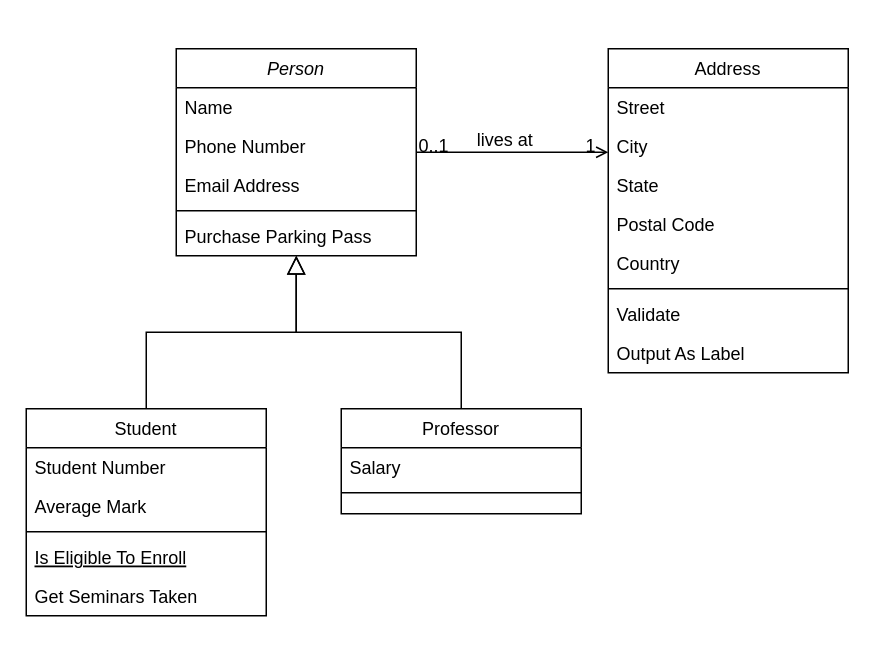
This is Діаграма без назви.drawio from DaddyStannis/build-helper.js, a draw.io file, before an edit. Source tidied: cells renumbered, new cells numbered last; positions are measured from the earlier drawing's top-left corner, leaving out a move shared by most shapes. Both pictures are drawn from the tidied source at 150%, with x=0, y=0 at pixel (26, 48).
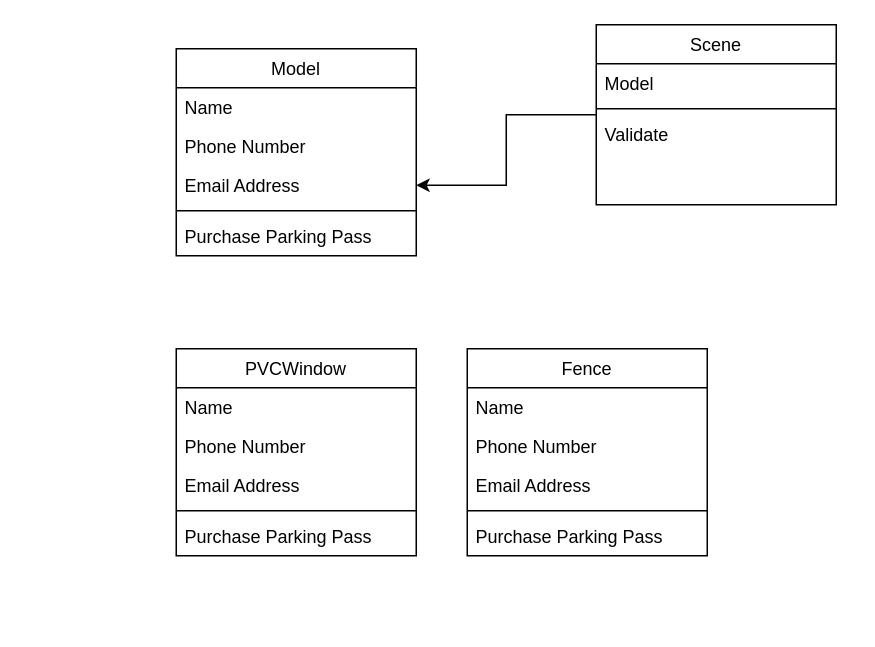
Above is the later version.

Unchanged cells that the change refers to:
```xml
<mxCell id="5" value="Email Address" style="text;align=left;verticalAlign=top;spacingLeft=4;spacingRight=4;overflow=hidden;points=[[0,0.5],[1,0.5]];portConstraint=eastwest;rounded=0;shadow=0;html=0;" parent="2" vertex="1">
  <mxGeometry y="78" width="160" height="26" as="geometry" />
</mxCell>
```

What changed in the source:
```diff
@@
-    <mxCell id="2" value="Person" style="swimlane;fontStyle=2;align=center;verticalAlign=top;horizontal=1;startSize=26;rounded=0;shadow=0;strokeWidth=1;" parent="1" vertex="1">
+    <mxCell id="2" value="Model" style="swimlane;fontStyle=0;align=center;verticalAlign=top;horizontal=1;startSize=26;rounded=0;shadow=0;strokeWidth=1;" parent="1" vertex="1">
       <mxGeometry x="100" width="160" height="138" as="geometry" />
     </mxCell>
@@
-    <mxCell id="8" value="Student" style="swimlane;fontStyle=0;align=center;verticalAlign=top;horizontal=1;startSize=26;rounded=0;shadow=0;strokeWidth=1;" parent="1" vertex="1">
-      <mxGeometry y="240" width="160" height="138" as="geometry" />
-    </mxCell>
-    <mxCell id="9" value="Student Number" style="text;align=left;verticalAlign=top;spacingLeft=4;spacingRight=4;overflow=hidden;" parent="8" vertex="1">
-      <mxGeometry y="26" width="160" height="26" as="geometry" />
-    </mxCell>
-    <mxCell id="10" value="Average Mark" style="text;align=left;verticalAlign=top;spacingLeft=4;spacingRight=4;overflow=hidden;rounded=0;shadow=0;html=0;" parent="8" vertex="1">
-      <mxGeometry y="52" width="160" height="26" as="geometry" />
-    </mxCell>
-    <mxCell id="11" style="line;html=1;strokeWidth=1;align=left;verticalAlign=middle;spacingTop=-1;spacingLeft=3;spacingRight=3;labelPosition=right;" parent="8" vertex="1">
-      <mxGeometry y="78" width="160" height="8" as="geometry" />
-    </mxCell>
-    <mxCell id="12" value="Is Eligible To Enroll" style="text;align=left;verticalAlign=top;spacingLeft=4;spacingRight=4;overflow=hidden;fontStyle=4;" parent="8" vertex="1">
-      <mxGeometry y="86" width="160" height="26" as="geometry" />
-    </mxCell>
-    <mxCell id="13" value="Get Seminars Taken" style="text;align=left;verticalAlign=top;spacingLeft=4;spacingRight=4;overflow=hidden;" parent="8" vertex="1">
-      <mxGeometry y="112" width="160" height="26" as="geometry" />
-    </mxCell>
-    <mxCell id="14" style="endArrow=block;endSize=10;endFill=0;shadow=0;strokeWidth=1;rounded=0;curved=0;edgeStyle=elbowEdgeStyle;elbow=vertical;" parent="1" edge="1" source="8" target="2">
-      <mxGeometry relative="1" as="geometry" />
-    </mxCell>
-    <mxCell id="15" value="Professor" style="swimlane;fontStyle=0;align=center;verticalAlign=top;horizontal=1;startSize=26;rounded=0;shadow=0;strokeWidth=1;" parent="1" vertex="1">
-      <mxGeometry x="210" y="240" width="160" height="70" as="geometry" />
-    </mxCell>
-    <mxCell id="16" value="Salary" style="text;align=left;verticalAlign=top;spacingLeft=4;spacingRight=4;overflow=hidden;" parent="15" vertex="1">
-      <mxGeometry y="26" width="160" height="26" as="geometry" />
-    </mxCell>
-    <mxCell id="17" style="line;html=1;strokeWidth=1;align=left;verticalAlign=middle;spacingTop=-1;spacingLeft=3;spacingRight=3;labelPosition=right;" parent="15" vertex="1">
-      <mxGeometry y="52" width="160" height="8" as="geometry" />
-    </mxCell>
-    <mxCell id="18" style="endArrow=block;endSize=10;endFill=0;shadow=0;strokeWidth=1;rounded=0;curved=0;edgeStyle=elbowEdgeStyle;elbow=vertical;" parent="1" edge="1" source="15" target="2">
-      <mxGeometry relative="1" as="geometry" />
-    </mxCell>
+    <mxCell id="32" style="edgeStyle=orthogonalEdgeStyle;rounded=0;jettySize=auto;html=1;" parent="1" edge="1" source="19" target="5">
+      <mxGeometry relative="1" as="geometry" />
+    </mxCell>
-    <mxCell id="19" value="Address" style="swimlane;fontStyle=0;align=center;verticalAlign=top;horizontal=1;startSize=26;rounded=0;shadow=0;strokeWidth=1;" parent="1" vertex="1">
-      <mxGeometry x="388" width="160" height="216" as="geometry" />
+    <mxCell id="19" value="Scene" style="swimlane;fontStyle=0;align=center;verticalAlign=top;horizontal=1;startSize=26;rounded=0;shadow=0;strokeWidth=1;" parent="1" vertex="1">
+      <mxGeometry x="380" y="-16" width="160" height="120" as="geometry" />
     </mxCell>
-    <mxCell id="20" value="Street" style="text;align=left;verticalAlign=top;spacingLeft=4;spacingRight=4;overflow=hidden;" parent="19" vertex="1">
+    <mxCell id="20" value="Model" style="text;align=left;verticalAlign=top;spacingLeft=4;spacingRight=4;overflow=hidden;" parent="19" vertex="1">
       <mxGeometry y="26" width="160" height="26" as="geometry" />
     </mxCell>
-    <mxCell id="21" value="City" style="text;align=left;verticalAlign=top;spacingLeft=4;spacingRight=4;overflow=hidden;rounded=0;shadow=0;html=0;" parent="19" vertex="1">
-      <mxGeometry y="52" width="160" height="26" as="geometry" />
-    </mxCell>
-    <mxCell id="22" value="State" style="text;align=left;verticalAlign=top;spacingLeft=4;spacingRight=4;overflow=hidden;rounded=0;shadow=0;html=0;" parent="19" vertex="1">
-      <mxGeometry y="78" width="160" height="26" as="geometry" />
-    </mxCell>
-    <mxCell id="23" value="Postal Code" style="text;align=left;verticalAlign=top;spacingLeft=4;spacingRight=4;overflow=hidden;rounded=0;shadow=0;html=0;" parent="19" vertex="1">
-      <mxGeometry y="104" width="160" height="26" as="geometry" />
-    </mxCell>
-    <mxCell id="24" value="Country" style="text;align=left;verticalAlign=top;spacingLeft=4;spacingRight=4;overflow=hidden;rounded=0;shadow=0;html=0;" parent="19" vertex="1">
-      <mxGeometry y="130" width="160" height="26" as="geometry" />
-    </mxCell>
     <mxCell id="25" style="line;html=1;strokeWidth=1;align=left;verticalAlign=middle;spacingTop=-1;spacingLeft=3;spacingRight=3;labelPosition=right;" parent="19" vertex="1">
-      <mxGeometry y="156" width="160" height="8" as="geometry" />
+      <mxGeometry y="52" width="160" height="8" as="geometry" />
     </mxCell>
     <mxCell id="26" value="Validate" style="text;align=left;verticalAlign=top;spacingLeft=4;spacingRight=4;overflow=hidden;" parent="19" vertex="1">
-      <mxGeometry y="164" width="160" height="26" as="geometry" />
+      <mxGeometry y="60" width="160" height="26" as="geometry" />
     </mxCell>
-    <mxCell id="27" value="Output As Label" style="text;align=left;verticalAlign=top;spacingLeft=4;spacingRight=4;overflow=hidden;" parent="19" vertex="1">
-      <mxGeometry y="190" width="160" height="26" as="geometry" />
-    </mxCell>
-    <mxCell id="28" style="endArrow=open;shadow=0;strokeWidth=1;rounded=0;curved=0;endFill=1;edgeStyle=elbowEdgeStyle;elbow=vertical;" parent="1" edge="1" source="2" target="19">
-      <mxGeometry x="0.5" y="41" relative="1" as="geometry">
-        <mxPoint x="-40" y="32" as="offset" />
-      </mxGeometry>
-    </mxCell>
-    <mxCell id="29" value="0..1" style="align=left;verticalAlign=bottom;labelBackgroundColor=none;fontSize=12;" parent="28" vertex="1">
-      <mxGeometry x="-1" relative="1" as="geometry">
-        <mxPoint y="4" as="offset" />
-      </mxGeometry>
-    </mxCell>
-    <mxCell id="30" value="1" style="align=right;verticalAlign=bottom;labelBackgroundColor=none;fontSize=12;" parent="28" vertex="1">
-      <mxGeometry x="1" relative="1" as="geometry">
-        <mxPoint x="-7" y="4" as="offset" />
-      </mxGeometry>
-    </mxCell>
-    <mxCell id="31" value="lives at" style="text;html=1;align=center;verticalAlign=middle;labelBackgroundColor=none;rounded=0;shadow=0;strokeWidth=1;fontSize=12;" parent="28" vertex="1">
-      <mxGeometry x="0.5" y="49" relative="1" as="geometry">
-        <mxPoint x="-38" y="40" as="offset" />
-      </mxGeometry>
-    </mxCell>
+    <mxCell id="33" value="PVCWindow" style="swimlane;fontStyle=0;align=center;verticalAlign=top;horizontal=1;startSize=26;rounded=0;shadow=0;strokeWidth=1;" parent="1" vertex="1">
+      <mxGeometry x="100" y="200" width="160" height="138" as="geometry" />
+    </mxCell>
+    <mxCell id="34" value="Name" style="text;align=left;verticalAlign=top;spacingLeft=4;spacingRight=4;overflow=hidden;" parent="33" vertex="1">
+      <mxGeometry y="26" width="160" height="26" as="geometry" />
+    </mxCell>
+    <mxCell id="35" value="Phone Number" style="text;align=left;verticalAlign=top;spacingLeft=4;spacingRight=4;overflow=hidden;rounded=0;shadow=0;html=0;" parent="33" vertex="1">
+      <mxGeometry y="52" width="160" height="26" as="geometry" />
+    </mxCell>
+    <mxCell id="36" value="Email Address" style="text;align=left;verticalAlign=top;spacingLeft=4;spacingRight=4;overflow=hidden;rounded=0;shadow=0;html=0;" parent="33" vertex="1">
+      <mxGeometry y="78" width="160" height="26" as="geometry" />
+    </mxCell>
+    <mxCell id="37" style="line;html=1;strokeWidth=1;align=left;verticalAlign=middle;spacingTop=-1;spacingLeft=3;spacingRight=3;labelPosition=right;" parent="33" vertex="1">
+      <mxGeometry y="104" width="160" height="8" as="geometry" />
+    </mxCell>
+    <mxCell id="38" value="Purchase Parking Pass" style="text;align=left;verticalAlign=top;spacingLeft=4;spacingRight=4;overflow=hidden;" parent="33" vertex="1">
+      <mxGeometry y="112" width="160" height="26" as="geometry" />
+    </mxCell>
+    <mxCell id="39" value="Fence" style="swimlane;fontStyle=0;align=center;verticalAlign=top;horizontal=1;startSize=26;rounded=0;shadow=0;strokeWidth=1;" parent="1" vertex="1">
+      <mxGeometry x="294" y="200" width="160" height="138" as="geometry" />
+    </mxCell>
+    <mxCell id="40" value="Name" style="text;align=left;verticalAlign=top;spacingLeft=4;spacingRight=4;overflow=hidden;" parent="39" vertex="1">
+      <mxGeometry y="26" width="160" height="26" as="geometry" />
+    </mxCell>
+    <mxCell id="41" value="Phone Number" style="text;align=left;verticalAlign=top;spacingLeft=4;spacingRight=4;overflow=hidden;rounded=0;shadow=0;html=0;" parent="39" vertex="1">
+      <mxGeometry y="52" width="160" height="26" as="geometry" />
+    </mxCell>
+    <mxCell id="42" value="Email Address" style="text;align=left;verticalAlign=top;spacingLeft=4;spacingRight=4;overflow=hidden;rounded=0;shadow=0;html=0;" parent="39" vertex="1">
+      <mxGeometry y="78" width="160" height="26" as="geometry" />
+    </mxCell>
+    <mxCell id="43" style="line;html=1;strokeWidth=1;align=left;verticalAlign=middle;spacingTop=-1;spacingLeft=3;spacingRight=3;labelPosition=right;" parent="39" vertex="1">
+      <mxGeometry y="104" width="160" height="8" as="geometry" />
+    </mxCell>
+    <mxCell id="44" value="Purchase Parking Pass" style="text;align=left;verticalAlign=top;spacingLeft=4;spacingRight=4;overflow=hidden;" parent="39" vertex="1">
+      <mxGeometry y="112" width="160" height="26" as="geometry" />
+    </mxCell>
```
